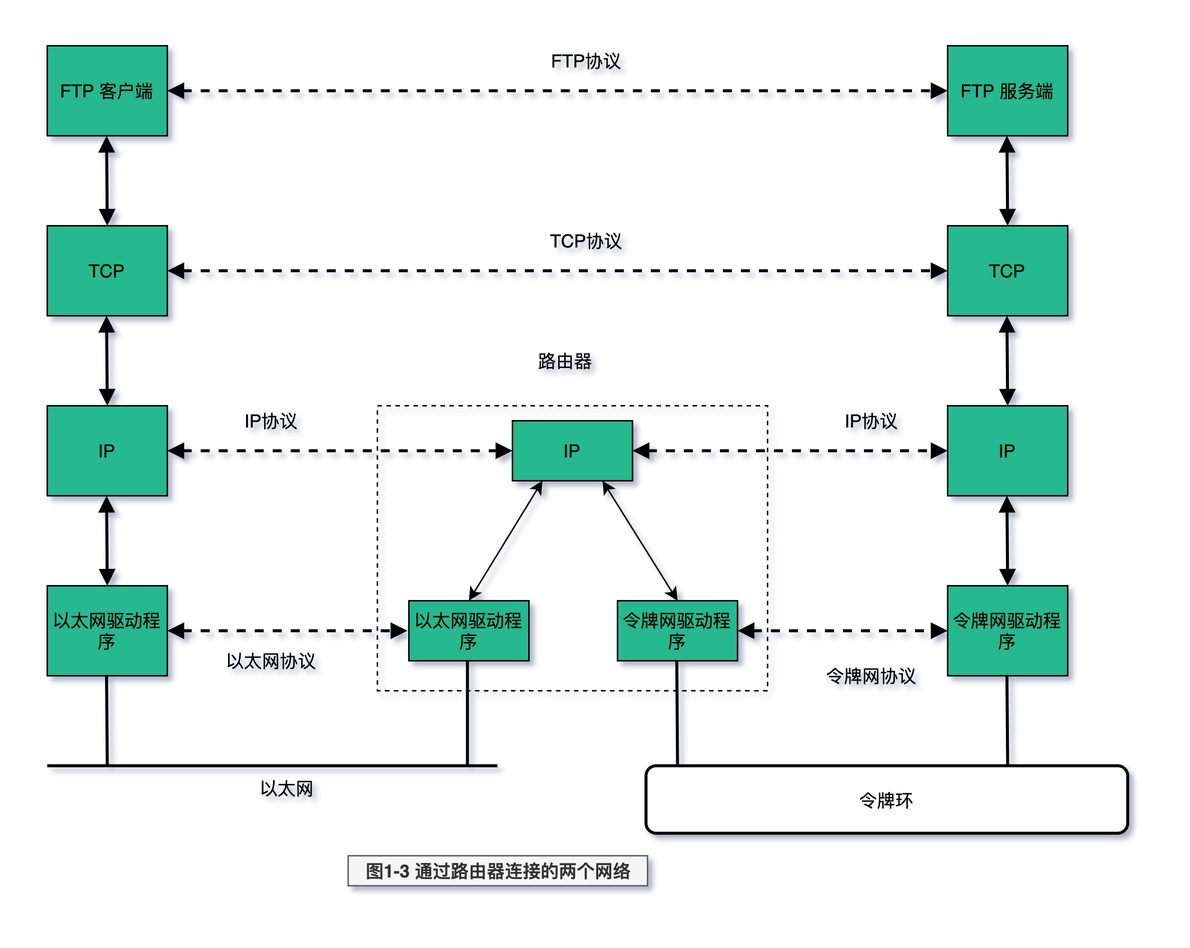
This is tcp-ip/TCP-IP-详解-卷1/images/TCP-IP-1-3.png from web1992/read, a draw.io export, as it was before one commit. Source tidied: cells renumbered, new cells last; positions are measured from the earlier drawing's top-left corner, leaving out a move shared by most shapes.
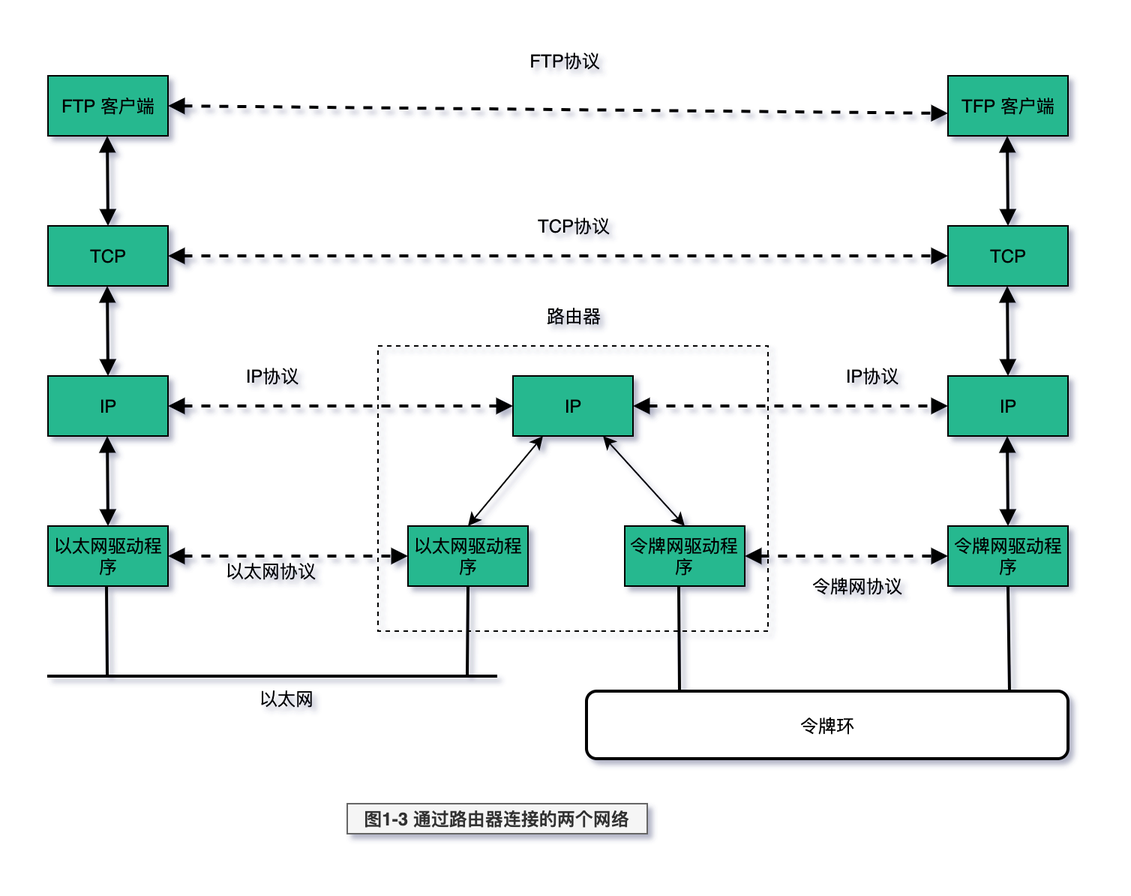
The same diagram one commit later.

The edit, as a diff of the source:
```diff
@@ -3,150 +3,143 @@
     <mxCell id="0" />
     <mxCell id="1" parent="0" />
     <mxCell id="2" style="rounded=0;whiteSpace=wrap;html=1;labelBackgroundColor=none;fillColor=none;dashed=1;" parent="1" vertex="1">
-      <mxGeometry x="220" y="240" width="260" height="190" as="geometry" />
+      <mxGeometry x="140.5" y="200" width="260" height="190" as="geometry" />
     </mxCell>
     <mxCell id="3" style="endArrow=none;html=1;strokeWidth=2;" parent="1" edge="1">
       <mxGeometry relative="1" as="geometry">
-        <mxPoint y="480" as="sourcePoint" />
-        <mxPoint x="300" y="480" as="targetPoint" />
+        <mxPoint x="-80" y="420" as="sourcePoint" />
+        <mxPoint x="220" y="420" as="targetPoint" />
       </mxGeometry>
     </mxCell>
-    <mxCell id="4" value="TFP 客户端" style="rounded=0;whiteSpace=wrap;html=1;fillColor=#25B88F;align=center;" parent="1" vertex="1">
-      <mxGeometry width="80" height="60" as="geometry" />
-    </mxCell>
     <mxCell id="5" value="FTP 客户端" style="rounded=0;whiteSpace=wrap;html=1;fillColor=#25B88F;align=center;" parent="1" vertex="1">
-      <mxGeometry width="80" height="60" as="geometry" />
+      <mxGeometry x="-79.5" y="20" width="80" height="40" as="geometry" />
     </mxCell>
     <mxCell id="6" value="TCP" style="rounded=0;whiteSpace=wrap;html=1;fillColor=#25B88F;align=center;" parent="1" vertex="1">
-      <mxGeometry y="120" width="80" height="60" as="geometry" />
+      <mxGeometry x="-79.5" y="120" width="80" height="40" as="geometry" />
     </mxCell>
     <mxCell id="7" value="IP" style="rounded=0;whiteSpace=wrap;html=1;fillColor=#25B88F;align=center;" parent="1" vertex="1">
-      <mxGeometry y="240" width="80" height="60" as="geometry" />
+      <mxGeometry x="-79.5" y="220" width="80" height="40" as="geometry" />
     </mxCell>
     <mxCell id="8" value="以太网驱动程序" style="rounded=0;whiteSpace=wrap;html=1;fillColor=#25B88F;align=center;" parent="1" vertex="1">
-      <mxGeometry y="360" width="80" height="60" as="geometry" />
+      <mxGeometry x="-79.5" y="320" width="80" height="40" as="geometry" />
     </mxCell>
     <mxCell id="9" value="TFP 客户端" style="rounded=0;whiteSpace=wrap;html=1;fillColor=#25B88F;align=center;" parent="1" vertex="1">
-      <mxGeometry x="600" width="80" height="60" as="geometry" />
+      <mxGeometry x="520.5" y="20" width="80" height="40" as="geometry" />
     </mxCell>
-    <mxCell id="10" value="FTP 服务端" style="rounded=0;whiteSpace=wrap;html=1;fillColor=#25B88F;align=center;" parent="1" vertex="1">
-      <mxGeometry x="600" width="80" height="60" as="geometry" />
-    </mxCell>
     <mxCell id="11" value="TCP" style="rounded=0;whiteSpace=wrap;html=1;fillColor=#25B88F;align=center;" parent="1" vertex="1">
-      <mxGeometry x="600" y="120" width="80" height="60" as="geometry" />
+      <mxGeometry x="520.5" y="120" width="80" height="40" as="geometry" />
     </mxCell>
     <mxCell id="12" value="IP" style="rounded=0;whiteSpace=wrap;html=1;fillColor=#25B88F;align=center;" parent="1" vertex="1">
-      <mxGeometry x="600" y="240" width="80" height="60" as="geometry" />
+      <mxGeometry x="520.5" y="220" width="80" height="40" as="geometry" />
     </mxCell>
     <mxCell id="13" value="令牌网驱动程序" style="rounded=0;whiteSpace=wrap;html=1;fillColor=#25B88F;align=center;" parent="1" vertex="1">
-      <mxGeometry x="600" y="360" width="80" height="60" as="geometry" />
+      <mxGeometry x="520.5" y="320" width="80" height="40" as="geometry" />
     </mxCell>
     <mxCell id="14" value="以太网" style="text;html=1;strokeColor=none;fillColor=none;align=center;verticalAlign=middle;whiteSpace=wrap;rounded=0;" parent="1" vertex="1">
-      <mxGeometry x="140" y="485" width="40" height="20" as="geometry" />
+      <mxGeometry x="60" y="425" width="40" height="20" as="geometry" />
     </mxCell>
     <mxCell id="15" value="以太网协议" style="text;html=1;strokeColor=none;fillColor=none;align=center;verticalAlign=middle;whiteSpace=wrap;rounded=0;" parent="1" vertex="1">
-      <mxGeometry x="110" y="400" width="79" height="20" as="geometry" />
+      <mxGeometry x="30" y="340" width="79" height="20" as="geometry" />
     </mxCell>
-    <mxCell id="16" style="endArrow=block;startArrow=block;html=1;strokeWidth=2;entryX=0;entryY=0.5;entryDx=0;entryDy=0;exitX=1;exitY=0.5;exitDx=0;exitDy=0;dashed=1;startFill=1;endFill=1;" parent="1" edge="1" source="5" target="10">
-      <mxGeometry relative="1" as="geometry" />
+    <mxCell id="16" style="endArrow=block;startArrow=block;html=1;strokeWidth=2;entryX=0;entryY=0.5;entryDx=0;entryDy=0;exitX=1;exitY=0.5;exitDx=0;exitDy=0;dashed=1;startFill=1;endFill=1;" parent="1" edge="1" source="5">
+      <mxGeometry relative="1" as="geometry">
+        <mxPoint x="520.5" y="45" as="targetPoint" />
+      </mxGeometry>
     </mxCell>
     <mxCell id="17" style="endArrow=block;startArrow=block;html=1;strokeWidth=2;entryX=0;entryY=0.5;entryDx=0;entryDy=0;dashed=1;startFill=1;endFill=1;" parent="1" edge="1" source="6" target="11">
       <mxGeometry relative="1" as="geometry" />
     </mxCell>
-    <mxCell id="18" style="endArrow=block;startArrow=block;html=1;strokeWidth=2;exitX=1;exitY=0.5;exitDx=0;exitDy=0;dashed=1;startFill=1;endFill=1;" parent="1" edge="1" source="8">
-      <mxGeometry relative="1" as="geometry">
-        <mxPoint x="240" y="390" as="targetPoint" />
-      </mxGeometry>
+    <mxCell id="18" style="endArrow=block;startArrow=block;html=1;strokeWidth=2;exitX=1;exitY=0.5;exitDx=0;exitDy=0;dashed=1;startFill=1;endFill=1;entryX=0;entryY=0.5;entryDx=0;entryDy=0;" parent="1" edge="1" source="8" target="35">
+      <mxGeometry relative="1" as="geometry" />
     </mxCell>
     <mxCell id="19" value="FTP协议" style="text;html=1;strokeColor=none;fillColor=none;align=center;verticalAlign=middle;whiteSpace=wrap;rounded=0;" parent="1" vertex="1">
-      <mxGeometry x="320" width="79" height="20" as="geometry" />
+      <mxGeometry x="226" width="79" height="20" as="geometry" />
     </mxCell>
     <mxCell id="20" value="TCP协议" style="text;html=1;strokeColor=none;fillColor=none;align=center;verticalAlign=middle;whiteSpace=wrap;rounded=0;" parent="1" vertex="1">
-      <mxGeometry x="320" y="120" width="79" height="20" as="geometry" />
+      <mxGeometry x="231.5" y="110" width="79" height="20" as="geometry" />
     </mxCell>
     <mxCell id="21" value="IP协议" style="text;html=1;strokeColor=none;fillColor=none;align=center;verticalAlign=middle;whiteSpace=wrap;rounded=0;" parent="1" vertex="1">
-      <mxGeometry x="510" y="240" width="79" height="20" as="geometry" />
+      <mxGeometry x="430.5" y="210" width="79" height="20" as="geometry" />
     </mxCell>
     <mxCell id="22" value="IP协议" style="text;html=1;strokeColor=none;fillColor=none;align=center;verticalAlign=middle;whiteSpace=wrap;rounded=0;" parent="1" vertex="1">
-      <mxGeometry x="110" y="240" width="79" height="20" as="geometry" />
+      <mxGeometry x="30.5" y="210" width="79" height="20" as="geometry" />
     </mxCell>
     <mxCell id="23" style="endArrow=block;startArrow=block;html=1;strokeWidth=2;startFill=1;endFill=1;" parent="1" edge="1">
       <mxGeometry relative="1" as="geometry">
-        <mxPoint x="39.5" y="60" as="sourcePoint" />
-        <mxPoint x="40" y="120" as="targetPoint" />
+        <mxPoint x="-40" y="60" as="sourcePoint" />
+        <mxPoint x="-39.5" y="120" as="targetPoint" />
       </mxGeometry>
     </mxCell>
     <mxCell id="24" style="endArrow=block;startArrow=block;html=1;strokeWidth=2;startFill=1;endFill=1;" parent="1" edge="1">
       <mxGeometry relative="1" as="geometry">
-        <mxPoint x="39.5" y="180" as="sourcePoint" />
-        <mxPoint x="40" y="240" as="targetPoint" />
+        <mxPoint x="-40" y="160" as="sourcePoint" />
+        <mxPoint x="-39.5" y="220" as="targetPoint" />
+        <Array as="points">
+          <mxPoint x="-39.5" y="160" />
+        </Array>
       </mxGeometry>
     </mxCell>
     <mxCell id="25" style="endArrow=block;startArrow=block;html=1;strokeWidth=2;startFill=1;endFill=1;" parent="1" edge="1">
       <mxGeometry relative="1" as="geometry">
-        <mxPoint x="39.5" y="300" as="sourcePoint" />
-        <mxPoint x="40" y="360" as="targetPoint" />
+        <mxPoint x="-40" y="260" as="sourcePoint" />
+        <mxPoint x="-39.5" y="320" as="targetPoint" />
       </mxGeometry>
     </mxCell>
     <mxCell id="26" style="endArrow=block;startArrow=block;html=1;strokeWidth=2;startFill=1;endFill=1;" parent="1" edge="1">
       <mxGeometry relative="1" as="geometry">
-        <mxPoint x="639.5" y="300" as="sourcePoint" />
-        <mxPoint x="640" y="360" as="targetPoint" />
+        <mxPoint x="560" y="260" as="sourcePoint" />
+        <mxPoint x="560.5" y="320" as="targetPoint" />
       </mxGeometry>
     </mxCell>
     <mxCell id="27" style="endArrow=block;startArrow=block;html=1;strokeWidth=2;startFill=1;endFill=1;" parent="1" edge="1">
       <mxGeometry relative="1" as="geometry">
-        <mxPoint x="639.5" y="180" as="sourcePoint" />
-        <mxPoint x="640" y="240" as="targetPoint" />
+        <mxPoint x="560" y="160" as="sourcePoint" />
+        <mxPoint x="560.5" y="220" as="targetPoint" />
       </mxGeometry>
     </mxCell>
     <mxCell id="28" style="endArrow=block;startArrow=block;html=1;strokeWidth=2;startFill=1;endFill=1;" parent="1" edge="1">
       <mxGeometry relative="1" as="geometry">
-        <mxPoint x="639.5" y="60" as="sourcePoint" />
-        <mxPoint x="640" y="120" as="targetPoint" />
+        <mxPoint x="560" y="60" as="sourcePoint" />
+        <mxPoint x="560.5" y="120" as="targetPoint" />
       </mxGeometry>
     </mxCell>
     <mxCell id="29" style="endArrow=none;html=1;strokeWidth=2;" parent="1" edge="1">
       <mxGeometry relative="1" as="geometry">
-        <mxPoint x="40" y="480" as="sourcePoint" />
-        <mxPoint x="39.5" y="420" as="targetPoint" />
+        <mxPoint x="-40" y="420" as="sourcePoint" />
+        <mxPoint x="-40.5" y="360" as="targetPoint" />
       </mxGeometry>
     </mxCell>
-    <mxCell id="30" style="endArrow=none;html=1;strokeWidth=2;" parent="1" edge="1">
+    <mxCell id="30" style="endArrow=none;html=1;strokeWidth=2;entryX=0.5;entryY=1;entryDx=0;entryDy=0;" parent="1" edge="1" target="13">
       <mxGeometry relative="1" as="geometry">
-        <mxPoint x="640" y="480" as="sourcePoint" />
-        <mxPoint x="639.5" y="420" as="targetPoint" />
+        <mxPoint x="561.5" y="430" as="sourcePoint" />
       </mxGeometry>
     </mxCell>
     <mxCell id="31" value="&lt;p class=&quot;p1&quot; style=&quot;margin: 0px ; font-stretch: normal ; line-height: normal&quot;&gt;&lt;b&gt;图&lt;span class=&quot;s1&quot; style=&quot;font-stretch: normal ; line-height: normal&quot;&gt;1-3 &lt;/span&gt;通过路由器连接的两个网络&lt;/b&gt;&lt;/p&gt;" style="text;html=1;strokeColor=#666666;fillColor=#f5f5f5;align=center;verticalAlign=middle;whiteSpace=wrap;rounded=0;labelBackgroundColor=none;fontColor=#333333;" parent="1" vertex="1">
-      <mxGeometry x="200.5" y="540" width="199.5" height="20" as="geometry" />
+      <mxGeometry x="120" y="505" width="200" height="20" as="geometry" />
     </mxCell>
     <mxCell id="32" value="IP" style="rounded=0;whiteSpace=wrap;html=1;labelBackgroundColor=none;fontColor=#000000;fillColor=#25B88F;" parent="1" vertex="1">
-      <mxGeometry x="310" y="250" width="80" height="40" as="geometry" />
+      <mxGeometry x="230.5" y="220" width="80" height="40" as="geometry" />
     </mxCell>
     <mxCell id="33" style="endArrow=block;startArrow=block;html=1;strokeWidth=2;dashed=1;startFill=1;endFill=1;" parent="1" edge="1">
       <mxGeometry relative="1" as="geometry">
-        <mxPoint x="80" y="270" as="sourcePoint" />
-        <mxPoint x="310" y="270" as="targetPoint" />
+        <mxPoint x="0.5" y="240" as="sourcePoint" />
+        <mxPoint x="230.5" y="240" as="targetPoint" />
       </mxGeometry>
     </mxCell>
-    <mxCell id="34" style="endArrow=block;startArrow=block;html=1;strokeWidth=2;exitX=1;exitY=0.5;exitDx=0;exitDy=0;dashed=1;startFill=1;endFill=1;" parent="1" edge="1" source="32" target="12">
+    <mxCell id="34" style="endArrow=block;startArrow=block;html=1;strokeWidth=2;exitX=1;exitY=0.5;exitDx=0;exitDy=0;dashed=1;startFill=1;endFill=1;entryX=0;entryY=0.5;entryDx=0;entryDy=0;" parent="1" edge="1" source="32" target="12">
       <mxGeometry relative="1" as="geometry" />
     </mxCell>
     <mxCell id="35" value="以太网驱动程序" style="rounded=0;whiteSpace=wrap;html=1;labelBackgroundColor=none;fontColor=#000000;fillColor=#25B88F;" parent="1" vertex="1">
-      <mxGeometry x="241" y="370" width="80" height="40" as="geometry" />
+      <mxGeometry x="160.5" y="320" width="80" height="40" as="geometry" />
     </mxCell>
     <mxCell id="36" value="令牌网驱动程序" style="rounded=0;whiteSpace=wrap;html=1;labelBackgroundColor=none;fontColor=#000000;fillColor=#25B88F;" parent="1" vertex="1">
-      <mxGeometry x="380" y="370" width="80" height="40" as="geometry" />
+      <mxGeometry x="305" y="320" width="80" height="40" as="geometry" />
     </mxCell>
     <mxCell id="37" value="令牌网协议" style="text;html=1;strokeColor=none;fillColor=none;align=center;verticalAlign=middle;whiteSpace=wrap;rounded=0;" parent="1" vertex="1">
-      <mxGeometry x="510" y="410" width="79" height="20" as="geometry" />
+      <mxGeometry x="420.5" y="350" width="79" height="20" as="geometry" />
     </mxCell>
-    <mxCell id="38" style="endArrow=block;startArrow=block;html=1;strokeWidth=2;dashed=1;startFill=1;endFill=1;" parent="1" edge="1">
-      <mxGeometry relative="1" as="geometry">
-        <mxPoint x="460" y="390" as="sourcePoint" />
-        <mxPoint x="600" y="390" as="targetPoint" />
-      </mxGeometry>
+    <mxCell id="38" style="endArrow=block;startArrow=block;html=1;strokeWidth=2;dashed=1;startFill=1;endFill=1;exitX=1;exitY=0.5;exitDx=0;exitDy=0;entryX=0;entryY=0.5;entryDx=0;entryDy=0;" parent="1" edge="1" source="36" target="13">
+      <mxGeometry relative="1" as="geometry" />
     </mxCell>
     <mxCell id="39" style="endArrow=classic;startArrow=classic;html=1;fontColor=#000000;exitX=0.5;exitY=0;exitDx=0;exitDy=0;entryX=0.25;entryY=1;entryDx=0;entryDy=0;" parent="1" edge="1" source="35" target="32">
       <mxGeometry relative="1" as="geometry" />
@@ -156,21 +149,21 @@
     </mxCell>
     <mxCell id="41" style="endArrow=none;html=1;strokeWidth=2;" parent="1" edge="1">
       <mxGeometry relative="1" as="geometry">
-        <mxPoint x="280" y="480" as="sourcePoint" />
-        <mxPoint x="280" y="410" as="targetPoint" />
+        <mxPoint x="200" y="420" as="sourcePoint" />
+        <mxPoint x="200.5" y="360" as="targetPoint" />
       </mxGeometry>
     </mxCell>
     <mxCell id="42" value="令牌环" style="rounded=1;whiteSpace=wrap;html=1;labelBackgroundColor=none;fontColor=#000000;strokeWidth=2;" parent="1" vertex="1">
-      <mxGeometry x="399" y="480" width="321" height="45" as="geometry" />
+      <mxGeometry x="279.5" y="430" width="321" height="45" as="geometry" />
     </mxCell>
     <mxCell id="43" style="endArrow=none;html=1;strokeWidth=2;" parent="1" edge="1">
       <mxGeometry relative="1" as="geometry">
-        <mxPoint x="420" y="479" as="sourcePoint" />
-        <mxPoint x="419.5" y="410" as="targetPoint" />
+        <mxPoint x="341.5" y="429" as="sourcePoint" />
+        <mxPoint x="341" y="360" as="targetPoint" />
       </mxGeometry>
     </mxCell>
     <mxCell id="44" value="路由器" style="text;html=1;strokeColor=none;fillColor=none;align=center;verticalAlign=middle;whiteSpace=wrap;rounded=0;" parent="1" vertex="1">
-      <mxGeometry x="305.5" y="200" width="79" height="20" as="geometry" />
+      <mxGeometry x="231.5" y="170" width="79" height="20" as="geometry" />
     </mxCell>
   </root>
 </mxGraphModel>
```
